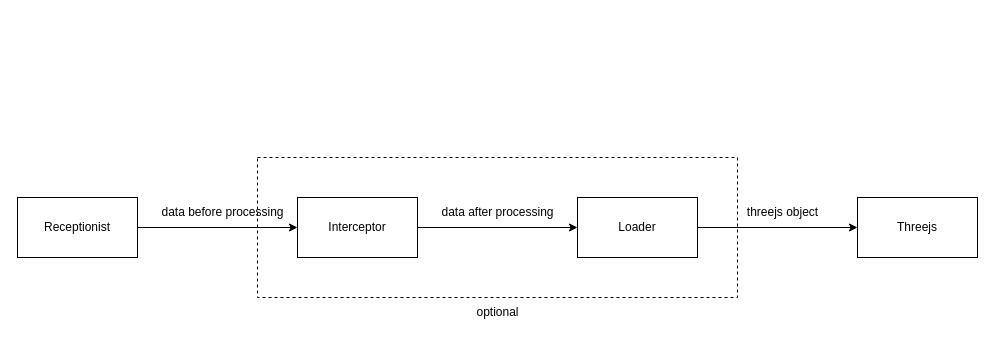
The draw.io diagram docs/flow.drawio in dreamoment/receptionist, before the edit. Source tidied: cells renumbered, new cells numbered last; positions are measured from the earlier drawing's top-left corner, leaving out a move shared by most shapes. Both pictures are drawn from the tidied source at 100%, with x=0, y=0 at pixel (17, 157).
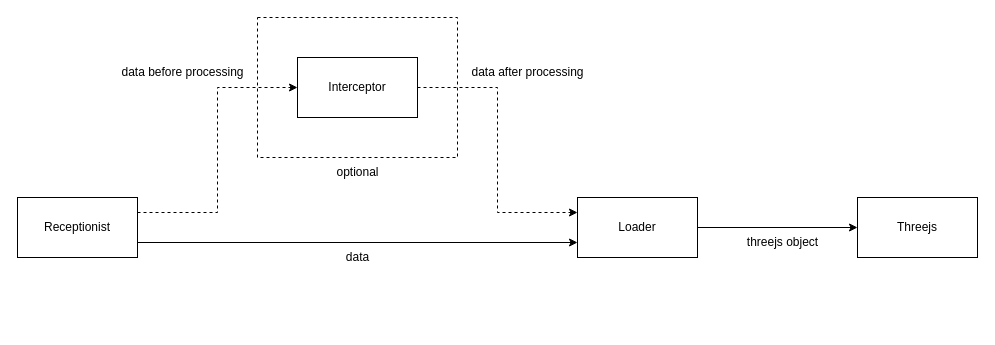
The same page after the edit.

The edit, as a diff of the source:
```diff
@@
 <mxGraphModel>
   <root>
     <mxCell id="0" />
     <mxCell id="1" parent="0" />
     <mxCell id="2" style="rounded=0;whiteSpace=wrap;html=1;dashed=1;" parent="1" vertex="1">
-      <mxGeometry x="240" width="480" height="140" as="geometry" />
+      <mxGeometry x="240" y="-140" width="200" height="140" as="geometry" />
     </mxCell>
-    <mxCell id="3" style="edgeStyle=orthogonalEdgeStyle;rounded=0;jettySize=auto;html=1;exitX=1;exitY=0.5;exitDx=0;exitDy=0;entryX=0;entryY=0.5;entryDx=0;entryDy=0;" parent="1" edge="1" source="4" target="6">
+    <mxCell id="3" style="edgeStyle=orthogonalEdgeStyle;rounded=0;jettySize=auto;html=1;exitX=1;exitY=0.25;exitDx=0;exitDy=0;entryX=0;entryY=0.5;entryDx=0;entryDy=0;dashed=1;" parent="1" edge="1" source="4" target="6">
       <mxGeometry relative="1" as="geometry" />
     </mxCell>
+    <mxCell id="14" style="edgeStyle=orthogonalEdgeStyle;rounded=0;jettySize=auto;html=1;exitX=1;exitY=0.75;exitDx=0;exitDy=0;entryX=0;entryY=0.75;entryDx=0;entryDy=0;" parent="1" edge="1" source="4" target="8">
+      <mxGeometry relative="1" as="geometry" />
+    </mxCell>
     <mxCell id="4" value="Receptionist" style="rounded=0;whiteSpace=wrap;html=1;" parent="1" vertex="1">
       <mxGeometry y="40" width="120" height="60" as="geometry" />
     </mxCell>
-    <mxCell id="5" style="edgeStyle=orthogonalEdgeStyle;rounded=0;jettySize=auto;html=1;exitX=1;exitY=0.5;exitDx=0;exitDy=0;entryX=0;entryY=0.5;entryDx=0;entryDy=0;" parent="1" edge="1" source="6" target="8">
+    <mxCell id="5" style="edgeStyle=orthogonalEdgeStyle;rounded=0;jettySize=auto;html=1;exitX=1;exitY=0.5;exitDx=0;exitDy=0;entryX=0;entryY=0.25;entryDx=0;entryDy=0;dashed=1;" parent="1" edge="1" source="6" target="8">
       <mxGeometry relative="1" as="geometry" />
     </mxCell>
     <mxCell id="6" value="Interceptor" style="rounded=0;whiteSpace=wrap;html=1;" parent="1" vertex="1">
-      <mxGeometry x="280" y="40" width="120" height="60" as="geometry" />
+      <mxGeometry x="280" y="-100" width="120" height="60" as="geometry" />
     </mxCell>
     <mxCell id="7" style="edgeStyle=orthogonalEdgeStyle;rounded=0;jettySize=auto;html=1;exitX=1;exitY=0.5;exitDx=0;exitDy=0;entryX=0;entryY=0.5;entryDx=0;entryDy=0;" parent="1" edge="1" source="8" target="12">
       <mxGeometry relative="1" as="geometry" />
     </mxCell>
     <mxCell id="8" value="Loader" style="rounded=0;whiteSpace=wrap;html=1;" parent="1" vertex="1">
       <mxGeometry x="560" y="40" width="120" height="60" as="geometry" />
     </mxCell>
     <mxCell id="9" value="data before processing" style="text;html=1;align=center;verticalAlign=middle;strokeColor=none;fillColor=none;" parent="1" vertex="1">
-      <mxGeometry x="130" y="40" width="150" height="30" as="geometry" />
+      <mxGeometry x="90" y="-100" width="150" height="30" as="geometry" />
     </mxCell>
     <mxCell id="10" value="data after processing" style="text;html=1;align=center;verticalAlign=middle;strokeColor=none;fillColor=none;" parent="1" vertex="1">
-      <mxGeometry x="410" y="40" width="140" height="30" as="geometry" />
+      <mxGeometry x="440" y="-100" width="140" height="30" as="geometry" />
     </mxCell>
     <mxCell id="11" value="optional" style="text;html=1;align=center;verticalAlign=middle;strokeColor=none;fillColor=none;" parent="1" vertex="1">
-      <mxGeometry x="445" y="140" width="70" height="30" as="geometry" />
+      <mxGeometry x="305" width="70" height="30" as="geometry" />
     </mxCell>
     <mxCell id="12" value="Threejs" style="rounded=0;whiteSpace=wrap;html=1;" parent="1" vertex="1">
       <mxGeometry x="840" y="40" width="120" height="60" as="geometry" />
     </mxCell>
     <mxCell id="13" value="threejs object" style="text;html=1;align=center;verticalAlign=middle;strokeColor=none;fillColor=none;" parent="1" vertex="1">
-      <mxGeometry x="720" y="40" width="90" height="30" as="geometry" />
+      <mxGeometry x="720" y="70" width="90" height="30" as="geometry" />
     </mxCell>
+    <mxCell id="15" value="data" style="text;html=1;align=center;verticalAlign=middle;strokeColor=none;fillColor=none;" parent="1" vertex="1">
+      <mxGeometry x="315" y="85" width="50" height="30" as="geometry" />
+    </mxCell>
   </root>
 </mxGraphModel>
```
